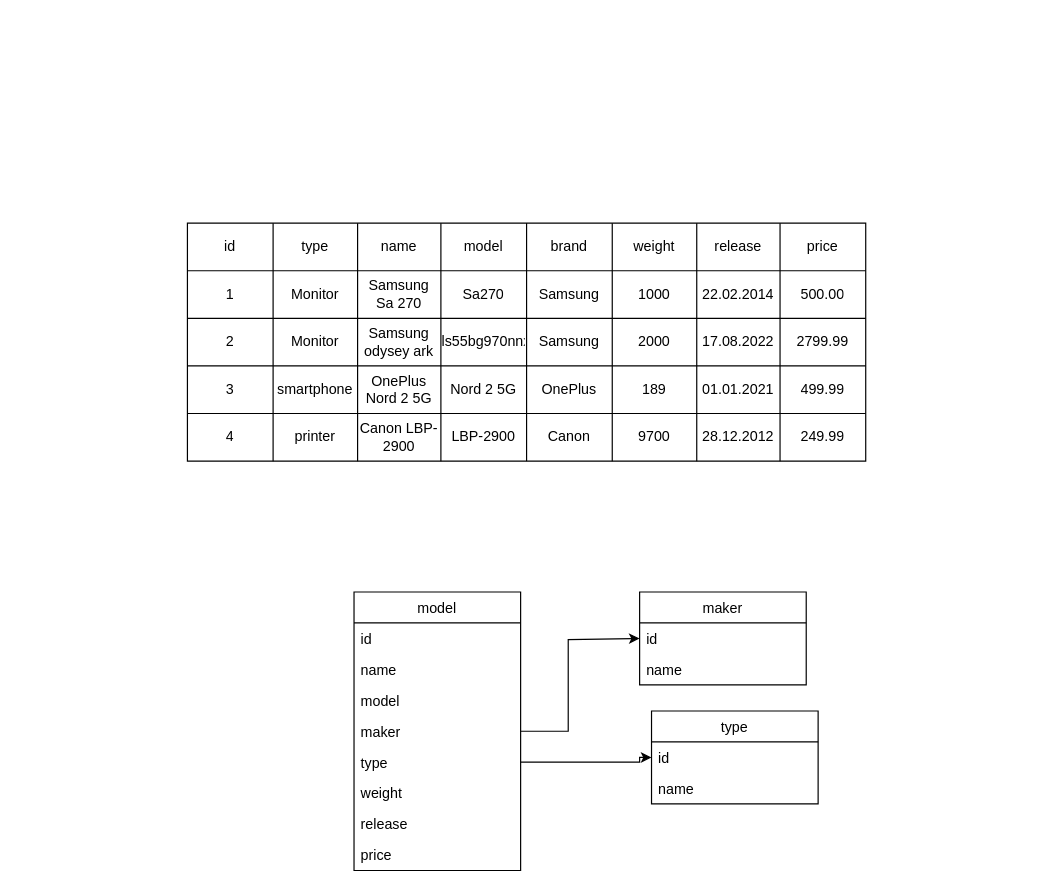
This is UML.drawio from Plasmat1x/CourseProjectCS, a draw.io file, before an edit. Source tidied: cells renumbered, new cells numbered last; positions are measured from the earlier drawing's top-left corner, leaving out a move shared by most shapes. Both pictures are drawn from the tidied source at 119%, with x=0, y=0 at pixel (187, 223).
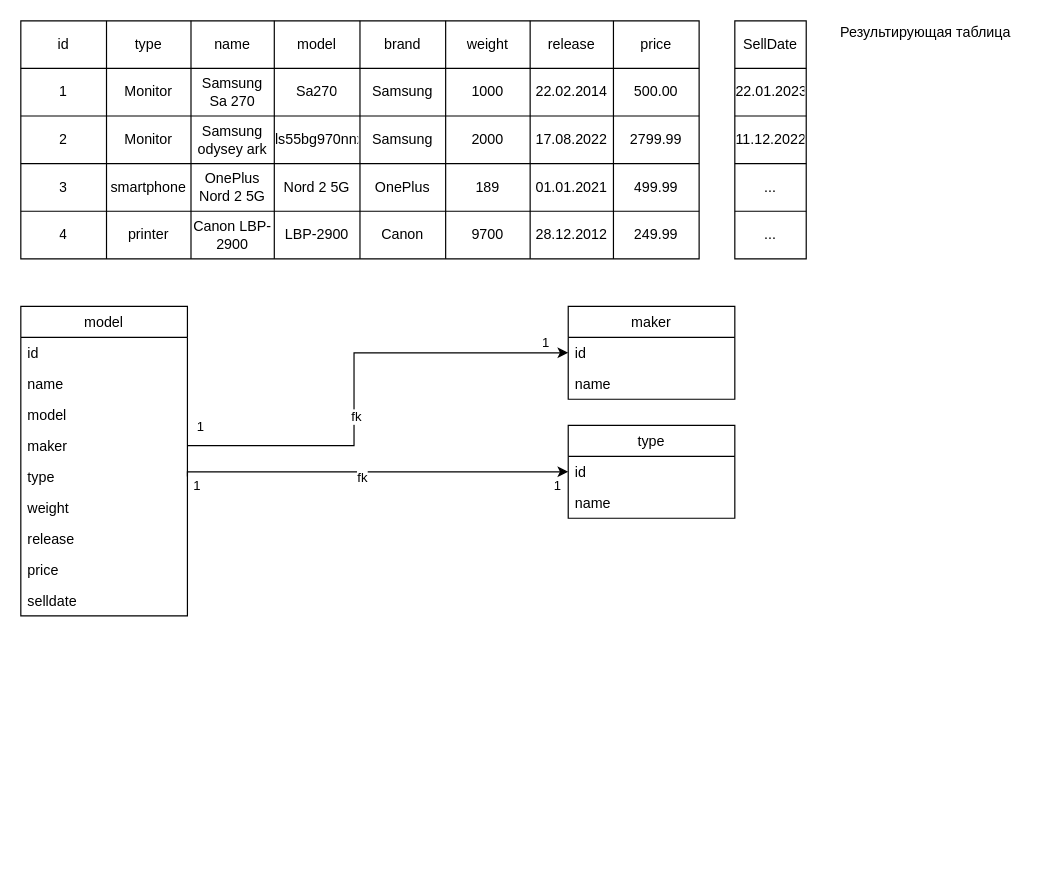
The same page after the edit.

Commit message (it also covers changes not shown here):
update README.md, add UML diagram

The change refers to these unchanged cells:
```xml
<mxCell id="49" value="id" style="text;strokeColor=none;fillColor=none;align=left;verticalAlign=top;spacingLeft=4;spacingRight=4;overflow=hidden;points=[[0,0.5],[1,0.5]];portConstraint=eastwest;" parent="48" vertex="1">
  <mxGeometry y="26" width="140" height="26" as="geometry" />
</mxCell>
<mxCell id="52" value="id" style="text;strokeColor=none;fillColor=none;align=left;verticalAlign=top;spacingLeft=4;spacingRight=4;overflow=hidden;points=[[0,0.5],[1,0.5]];portConstraint=eastwest;" parent="51" vertex="1">
  <mxGeometry y="26" width="140" height="26" as="geometry" />
</mxCell>
<mxCell id="58" value="maker" style="text;strokeColor=none;fillColor=none;align=left;verticalAlign=top;spacingLeft=4;spacingRight=4;overflow=hidden;points=[[0,0.5],[1,0.5]];portConstraint=eastwest;" parent="54" vertex="1">
  <mxGeometry y="104" width="140" height="26" as="geometry" />
</mxCell>
<mxCell id="59" value="type" style="text;strokeColor=none;fillColor=none;align=left;verticalAlign=top;spacingLeft=4;spacingRight=4;overflow=hidden;points=[[0,0.5],[1,0.5]];portConstraint=eastwest;" parent="54" vertex="1">
  <mxGeometry y="130" width="140" height="26" as="geometry" />
</mxCell>
```

Change to the diagram source:
```diff
@@
-<mxGraphModel>
+<mxGraphModel background="#FFFFFF">
@@
     <mxCell id="2" style="shape=table;startSize=0;childLayout=tableLayout;" parent="1" vertex="1">
-      <mxGeometry width="570" height="200" as="geometry" />
+      <mxGeometry x="-140" y="-170" width="570" height="200" as="geometry" />
     </mxCell>
@@
     <mxCell id="48" value="maker" style="swimlane;fontStyle=0;horizontal=1;startSize=26;fillColor=none;" parent="1" vertex="1">
-      <mxGeometry x="380" y="310" width="140" height="78" as="geometry" />
+      <mxGeometry x="320" y="70" width="140" height="78" as="geometry" />
     </mxCell>
@@
     <mxCell id="51" value="type" style="swimlane;fontStyle=0;horizontal=1;startSize=26;fillColor=none;" parent="1" vertex="1">
-      <mxGeometry x="390" y="410" width="140" height="78" as="geometry" />
+      <mxGeometry x="320" y="170" width="140" height="78" as="geometry" />
     </mxCell>
@@
     <mxCell id="54" value="model" style="swimlane;fontStyle=0;horizontal=1;startSize=26;fillColor=none;" parent="1" vertex="1">
-      <mxGeometry x="140" y="310" width="140" height="234" as="geometry" />
+      <mxGeometry x="-140" y="70" width="140" height="260" as="geometry" />
     </mxCell>
@@
+    <mxCell id="65" value="selldate" style="text;strokeColor=none;fillColor=none;align=left;verticalAlign=top;spacingLeft=4;spacingRight=4;overflow=hidden;" parent="54" vertex="1">
+      <mxGeometry y="234" width="140" height="26" as="geometry" />
+    </mxCell>
     <mxCell id="63" style="edgeStyle=orthogonalEdgeStyle;rounded=0;jettySize=auto;html=1;exitX=1;exitY=0.5;exitDx=0;exitDy=0;entryX=0;entryY=0.5;entryDx=0;entryDy=0;" parent="1" edge="1" source="58" target="49">
       <mxGeometry relative="1" as="geometry">
         <Array as="points">
-          <mxPoint x="320" y="427" />
-          <mxPoint x="320" y="350" />
+          <mxPoint x="140" y="187" />
+          <mxPoint x="140" y="109" />
         </Array>
       </mxGeometry>
     </mxCell>
+    <mxCell id="66" value="fk" style="edgeLabel;html=1;align=center;verticalAlign=middle;" parent="63" vertex="1">
+      <mxGeometry x="-0.17" y="-1" relative="1" as="geometry" />
+    </mxCell>
+    <mxCell id="67" value="1" style="edgeLabel;html=1;align=center;verticalAlign=middle;" parent="63" vertex="1">
+      <mxGeometry x="-0.95" y="1" relative="1" as="geometry">
+        <mxPoint y="-16" as="offset" />
+      </mxGeometry>
+    </mxCell>
+    <mxCell id="68" value="1" style="edgeLabel;html=1;align=center;verticalAlign=middle;" parent="63" vertex="1">
+      <mxGeometry x="0.9" relative="1" as="geometry">
+        <mxPoint y="-9" as="offset" />
+      </mxGeometry>
+    </mxCell>
     <mxCell id="64" style="edgeStyle=orthogonalEdgeStyle;rounded=0;jettySize=auto;html=1;entryX=0;entryY=0.5;entryDx=0;entryDy=0;exitX=1;exitY=0.5;exitDx=0;exitDy=0;" parent="1" edge="1" source="59" target="52">
       <mxGeometry relative="1" as="geometry">
         <Array as="points">
-          <mxPoint x="380" y="453" />
+          <mxPoint y="209" />
         </Array>
       </mxGeometry>
     </mxCell>
+    <mxCell id="69" value="fk" style="edgeLabel;html=1;align=center;verticalAlign=middle;" parent="64" vertex="1">
+      <mxGeometry x="-0.24" y="-3" relative="1" as="geometry">
+        <mxPoint x="27" y="1" as="offset" />
+      </mxGeometry>
+    </mxCell>
+    <mxCell id="70" value="1" style="edgeLabel;html=1;align=center;verticalAlign=middle;" parent="64" vertex="1">
+      <mxGeometry x="-0.93" y="-1" relative="1" as="geometry">
+        <mxPoint y="10" as="offset" />
+      </mxGeometry>
+    </mxCell>
+    <mxCell id="71" value="1" style="edgeLabel;html=1;align=center;verticalAlign=middle;" parent="64" vertex="1">
+      <mxGeometry x="0.94" relative="1" as="geometry">
+        <mxPoint y="11" as="offset" />
+      </mxGeometry>
+    </mxCell>
+    <mxCell id="72" value="Результирующая таблица" style="text;html=1;align=center;verticalAlign=middle;strokeColor=none;fillColor=none;" parent="1" vertex="1">
+      <mxGeometry x="540" y="-170" width="160" height="20" as="geometry" />
+    </mxCell>
+    <mxCell id="73" style="shape=table;startSize=0;childLayout=tableLayout;" parent="1" vertex="1">
+      <mxGeometry x="460" y="-170" width="60" height="200" as="geometry" />
+    </mxCell>
+    <mxCell id="74" style="shape=tableRow;horizontal=0;startSize=0;swimlaneHead=0;swimlaneBody=0;top=0;left=0;bottom=0;right=0;fillColor=none;" parent="73" vertex="1">
+      <mxGeometry width="60" height="40" as="geometry" />
+    </mxCell>
+    <mxCell id="75" value="SellDate" style="shape=partialRectangle;html=1;whiteSpace=wrap;overflow=hidden;fillColor=none;top=0;left=0;bottom=0;right=0;" parent="74" vertex="1">
+      <mxGeometry width="60" height="40" as="geometry" />
+    </mxCell>
+    <mxCell id="76" style="shape=tableRow;horizontal=0;startSize=0;swimlaneHead=0;swimlaneBody=0;top=0;left=0;bottom=0;right=0;fillColor=none;" parent="73" vertex="1">
+      <mxGeometry y="40" width="60" height="40" as="geometry" />
+    </mxCell>
+    <mxCell id="77" value="22.01.2023" style="shape=partialRectangle;html=1;whiteSpace=wrap;overflow=hidden;fillColor=none;top=0;left=0;bottom=0;right=0;" parent="76" vertex="1">
+      <mxGeometry width="60" height="40" as="geometry" />
+    </mxCell>
+    <mxCell id="78" style="shape=tableRow;horizontal=0;startSize=0;swimlaneHead=0;swimlaneBody=0;top=0;left=0;bottom=0;right=0;fillColor=none;" parent="73" vertex="1">
+      <mxGeometry y="80" width="60" height="40" as="geometry" />
+    </mxCell>
+    <mxCell id="79" value="11.12.2022" style="shape=partialRectangle;html=1;whiteSpace=wrap;overflow=hidden;fillColor=none;top=0;left=0;bottom=0;right=0;" parent="78" vertex="1">
+      <mxGeometry width="60" height="40" as="geometry" />
+    </mxCell>
+    <mxCell id="80" style="shape=tableRow;horizontal=0;startSize=0;swimlaneHead=0;swimlaneBody=0;top=0;left=0;bottom=0;right=0;fillColor=none;" parent="73" vertex="1">
+      <mxGeometry y="120" width="60" height="40" as="geometry" />
+    </mxCell>
+    <mxCell id="81" value="..." style="shape=partialRectangle;html=1;whiteSpace=wrap;overflow=hidden;fillColor=none;top=0;left=0;bottom=0;right=0;" parent="80" vertex="1">
+      <mxGeometry width="60" height="40" as="geometry" />
+    </mxCell>
+    <mxCell id="82" style="shape=tableRow;horizontal=0;startSize=0;swimlaneHead=0;swimlaneBody=0;top=0;left=0;bottom=0;right=0;fillColor=none;" parent="73" vertex="1">
+      <mxGeometry y="160" width="60" height="40" as="geometry" />
+    </mxCell>
+    <mxCell id="83" value="..." style="shape=partialRectangle;html=1;whiteSpace=wrap;overflow=hidden;fillColor=none;top=0;left=0;bottom=0;right=0;" parent="82" vertex="1">
+      <mxGeometry width="60" height="40" as="geometry" />
+    </mxCell>
```
